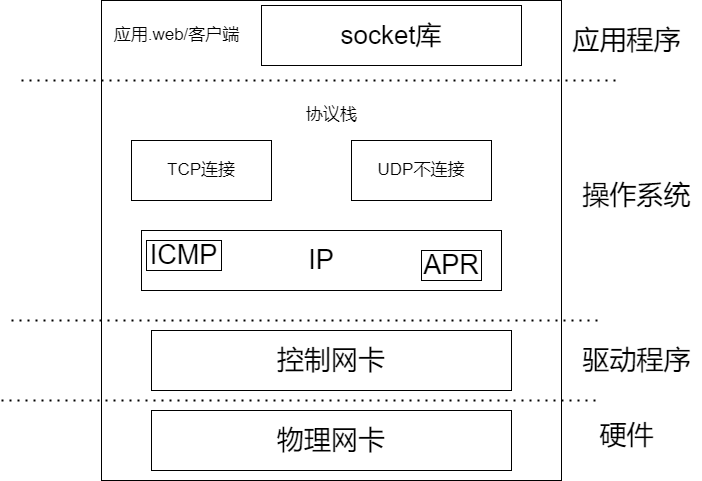
Yyj2310/blog.img keeps this draw.io diagram as 计算机网络.drawio.png. Above is the earlier version. Source tidied: cells renumbered, new cells last; positions are measured from the earlier drawing's top-left corner, leaving out a move shared by most shapes. Its diagram source:
```xml
<mxGraphModel>
  <root>
    <mxCell id="0" />
    <mxCell id="1" parent="0" />
    <mxCell id="2" style="rounded=0;whiteSpace=wrap;html=1;" parent="1" vertex="1">
      <mxGeometry x="100" width="460" height="480" as="geometry" />
    </mxCell>
    <mxCell id="3" style="endArrow=none;dashed=1;html=1;dashPattern=1 3;strokeWidth=2;rounded=0;" parent="1" edge="1">
      <mxGeometry relative="1" as="geometry">
        <mxPoint x="20" y="80" as="sourcePoint" />
        <mxPoint x="620" y="80" as="targetPoint" />
      </mxGeometry>
    </mxCell>
    <mxCell id="4" style="endArrow=none;dashed=1;html=1;dashPattern=1 3;strokeWidth=2;rounded=0;" parent="1" edge="1">
      <mxGeometry relative="1" as="geometry">
        <mxPoint x="10" y="320" as="sourcePoint" />
        <mxPoint x="600" y="320" as="targetPoint" />
      </mxGeometry>
    </mxCell>
    <mxCell id="5" style="endArrow=none;dashed=1;html=1;dashPattern=1 3;strokeWidth=2;rounded=0;" parent="1" edge="1">
      <mxGeometry relative="1" as="geometry">
        <mxPoint y="400" as="sourcePoint" />
        <mxPoint x="600" y="400" as="targetPoint" />
      </mxGeometry>
    </mxCell>
    <mxCell id="6" value="&lt;font style=&quot;font-size: 17px;&quot;&gt;应用.web/客户端&lt;/font&gt;" style="text;html=1;align=center;verticalAlign=middle;strokeColor=none;fillColor=none;" parent="1" vertex="1">
      <mxGeometry x="100" y="20" width="150" height="30" as="geometry" />
    </mxCell>
    <mxCell id="7" value="&lt;font style=&quot;font-size: 26px;&quot;&gt;socket库&lt;/font&gt;" style="rounded=0;whiteSpace=wrap;html=1;" parent="1" vertex="1">
      <mxGeometry x="260" y="5" width="260" height="60" as="geometry" />
    </mxCell>
    <mxCell id="8" value="协议栈" style="text;html=1;align=center;verticalAlign=middle;strokeColor=none;fillColor=none;fontSize=17;" parent="1" vertex="1">
      <mxGeometry x="295" y="100" width="70" height="30" as="geometry" />
    </mxCell>
    <mxCell id="9" value="TCP连接" style="rounded=0;whiteSpace=wrap;html=1;fontSize=17;" parent="1" vertex="1">
      <mxGeometry x="130" y="140" width="140" height="60" as="geometry" />
    </mxCell>
    <mxCell id="10" value="UDP不连接" style="rounded=0;whiteSpace=wrap;html=1;fontSize=17;" parent="1" vertex="1">
      <mxGeometry x="350" y="140" width="140" height="60" as="geometry" />
    </mxCell>
    <mxCell id="11" value="IP" style="rounded=0;whiteSpace=wrap;html=1;fontSize=27;" parent="1" vertex="1">
      <mxGeometry x="140" y="230" width="360" height="60" as="geometry" />
    </mxCell>
    <mxCell id="12" value="ICMP" style="rounded=0;whiteSpace=wrap;html=1;fontSize=27;" parent="1" vertex="1">
      <mxGeometry x="145" y="240" width="75" height="30" as="geometry" />
    </mxCell>
    <mxCell id="13" value="APR" style="rounded=0;whiteSpace=wrap;html=1;fontSize=27;" parent="1" vertex="1">
      <mxGeometry x="420" y="250" width="60" height="30" as="geometry" />
    </mxCell>
    <mxCell id="14" value="控制网卡" style="rounded=0;whiteSpace=wrap;html=1;fontSize=27;" parent="1" vertex="1">
      <mxGeometry x="150" y="330" width="360" height="60" as="geometry" />
    </mxCell>
    <mxCell id="15" value="物理网卡" style="rounded=0;whiteSpace=wrap;html=1;fontSize=27;" parent="1" vertex="1">
      <mxGeometry x="150" y="410" width="360" height="60" as="geometry" />
    </mxCell>
    <mxCell id="16" value="应用程序" style="text;html=1;align=center;verticalAlign=middle;points=[];strokeColor=none;fillColor=none;fontSize=27;" parent="1" vertex="1">
      <mxGeometry x="560" y="15" width="130" height="50" as="geometry" />
    </mxCell>
    <mxCell id="17" value="操作系统" style="text;html=1;align=center;verticalAlign=middle;strokeColor=none;fillColor=none;fontSize=27;" parent="1" vertex="1">
      <mxGeometry x="570" y="170" width="130" height="50" as="geometry" />
    </mxCell>
    <mxCell id="18" value="驱动程序" style="text;html=1;align=center;verticalAlign=middle;strokeColor=none;fillColor=none;fontSize=27;" parent="1" vertex="1">
      <mxGeometry x="570" y="335" width="130" height="50" as="geometry" />
    </mxCell>
    <mxCell id="19" value="硬件" style="text;html=1;align=center;verticalAlign=middle;strokeColor=none;fillColor=none;fontSize=27;" parent="1" vertex="1">
      <mxGeometry x="585" y="410" width="80" height="50" as="geometry" />
    </mxCell>
  </root>
</mxGraphModel>
```
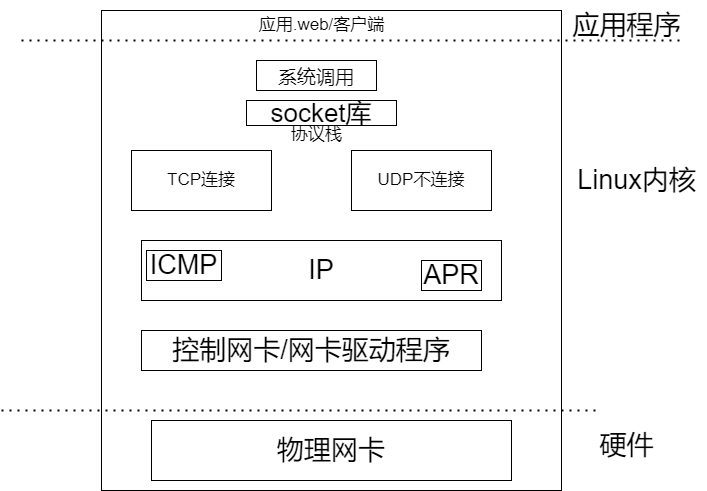
The same diagram one commit later.

Commit message:
已添加 计算机网络.drawio.png

The edit, as a diff of the source:
```diff
@@ -5,18 +5,11 @@
     <mxCell id="2" style="rounded=0;whiteSpace=wrap;html=1;" parent="1" vertex="1">
       <mxGeometry x="100" width="460" height="480" as="geometry" />
     </mxCell>
-    <mxCell id="3" style="endArrow=none;dashed=1;html=1;dashPattern=1 3;strokeWidth=2;rounded=0;" parent="1" edge="1">
+    <mxCell id="3" style="endArrow=none;dashed=1;html=1;dashPattern=1 3;strokeWidth=2;rounded=0;entryX=0.923;entryY=0.8;entryDx=0;entryDy=0;entryPerimeter=0;" parent="1" edge="1" target="16">
       <mxGeometry relative="1" as="geometry">
-        <mxPoint x="20" y="80" as="sourcePoint" />
-        <mxPoint x="620" y="80" as="targetPoint" />
+        <mxPoint x="20" y="30" as="sourcePoint" />
       </mxGeometry>
     </mxCell>
-    <mxCell id="4" style="endArrow=none;dashed=1;html=1;dashPattern=1 3;strokeWidth=2;rounded=0;" parent="1" edge="1">
-      <mxGeometry relative="1" as="geometry">
-        <mxPoint x="10" y="320" as="sourcePoint" />
-        <mxPoint x="600" y="320" as="targetPoint" />
-      </mxGeometry>
-    </mxCell>
     <mxCell id="5" style="endArrow=none;dashed=1;html=1;dashPattern=1 3;strokeWidth=2;rounded=0;" parent="1" edge="1">
       <mxGeometry relative="1" as="geometry">
         <mxPoint y="400" as="sourcePoint" />
@@ -24,13 +17,13 @@
       </mxGeometry>
     </mxCell>
     <mxCell id="6" value="&lt;font style=&quot;font-size: 17px;&quot;&gt;应用.web/客户端&lt;/font&gt;" style="text;html=1;align=center;verticalAlign=middle;strokeColor=none;fillColor=none;" parent="1" vertex="1">
-      <mxGeometry x="100" y="20" width="150" height="30" as="geometry" />
+      <mxGeometry x="245" width="150" height="30" as="geometry" />
     </mxCell>
     <mxCell id="7" value="&lt;font style=&quot;font-size: 26px;&quot;&gt;socket库&lt;/font&gt;" style="rounded=0;whiteSpace=wrap;html=1;" parent="1" vertex="1">
-      <mxGeometry x="260" y="5" width="260" height="60" as="geometry" />
+      <mxGeometry x="245" y="90" width="150" height="25" as="geometry" />
     </mxCell>
     <mxCell id="8" value="协议栈" style="text;html=1;align=center;verticalAlign=middle;strokeColor=none;fillColor=none;fontSize=17;" parent="1" vertex="1">
-      <mxGeometry x="295" y="100" width="70" height="30" as="geometry" />
+      <mxGeometry x="280" y="110" width="70" height="30" as="geometry" />
     </mxCell>
     <mxCell id="9" value="TCP连接" style="rounded=0;whiteSpace=wrap;html=1;fontSize=17;" parent="1" vertex="1">
       <mxGeometry x="130" y="140" width="140" height="60" as="geometry" />
@@ -47,23 +40,23 @@
     <mxCell id="13" value="APR" style="rounded=0;whiteSpace=wrap;html=1;fontSize=27;" parent="1" vertex="1">
       <mxGeometry x="420" y="250" width="60" height="30" as="geometry" />
     </mxCell>
-    <mxCell id="14" value="控制网卡" style="rounded=0;whiteSpace=wrap;html=1;fontSize=27;" parent="1" vertex="1">
-      <mxGeometry x="150" y="330" width="360" height="60" as="geometry" />
+    <mxCell id="14" value="控制网卡/网卡驱动程序" style="rounded=0;whiteSpace=wrap;html=1;fontSize=27;" parent="1" vertex="1">
+      <mxGeometry x="140" y="320" width="340" height="40" as="geometry" />
     </mxCell>
     <mxCell id="15" value="物理网卡" style="rounded=0;whiteSpace=wrap;html=1;fontSize=27;" parent="1" vertex="1">
       <mxGeometry x="150" y="410" width="360" height="60" as="geometry" />
     </mxCell>
     <mxCell id="16" value="应用程序" style="text;html=1;align=center;verticalAlign=middle;points=[];strokeColor=none;fillColor=none;fontSize=27;" parent="1" vertex="1">
-      <mxGeometry x="560" y="15" width="130" height="50" as="geometry" />
+      <mxGeometry x="560" y="-10" width="130" height="50" as="geometry" />
     </mxCell>
-    <mxCell id="17" value="操作系统" style="text;html=1;align=center;verticalAlign=middle;strokeColor=none;fillColor=none;fontSize=27;" parent="1" vertex="1">
-      <mxGeometry x="570" y="170" width="130" height="50" as="geometry" />
+    <mxCell id="17" value="Linux内核" style="text;html=1;align=center;verticalAlign=middle;strokeColor=none;fillColor=none;fontSize=27;" parent="1" vertex="1">
+      <mxGeometry x="565" y="145" width="140" height="50" as="geometry" />
     </mxCell>
-    <mxCell id="18" value="驱动程序" style="text;html=1;align=center;verticalAlign=middle;strokeColor=none;fillColor=none;fontSize=27;" parent="1" vertex="1">
-      <mxGeometry x="570" y="335" width="130" height="50" as="geometry" />
-    </mxCell>
     <mxCell id="19" value="硬件" style="text;html=1;align=center;verticalAlign=middle;strokeColor=none;fillColor=none;fontSize=27;" parent="1" vertex="1">
       <mxGeometry x="585" y="410" width="80" height="50" as="geometry" />
     </mxCell>
+    <mxCell id="20" value="&lt;font style=&quot;font-size: 19px;&quot;&gt;系统调用&lt;/font&gt;" style="rounded=0;whiteSpace=wrap;html=1;fontSize=27;" parent="1" vertex="1">
+      <mxGeometry x="255" y="50" width="120" height="30" as="geometry" />
+    </mxCell>
   </root>
 </mxGraphModel>
```
